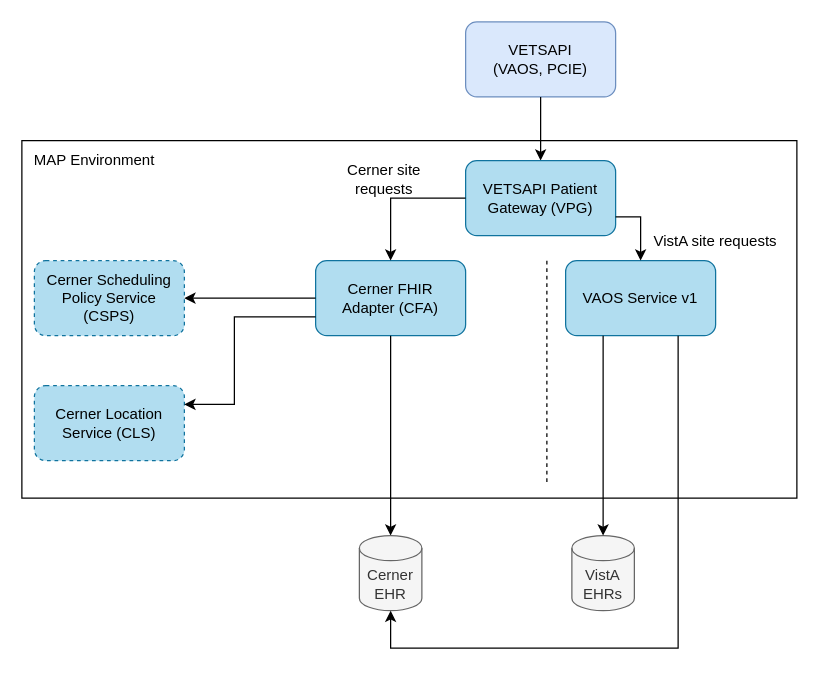
Before: page "Phase 1" (1 of 2) of products/health-care/appointments/appointments-oracle-health-integration/engineering/diagrams/Appts Oracle Health Integration Design.drawio in department-of-veterans-affairs/va.gov-team, a draw.io diagram. Source tidied: cells renumbered, new cells numbered last; positions are measured from the earlier drawing's top-left corner, leaving out a move shared by most shapes. Both pictures are drawn from the tidied source at 125%, with x=0, y=0 at pixel (21, 21).
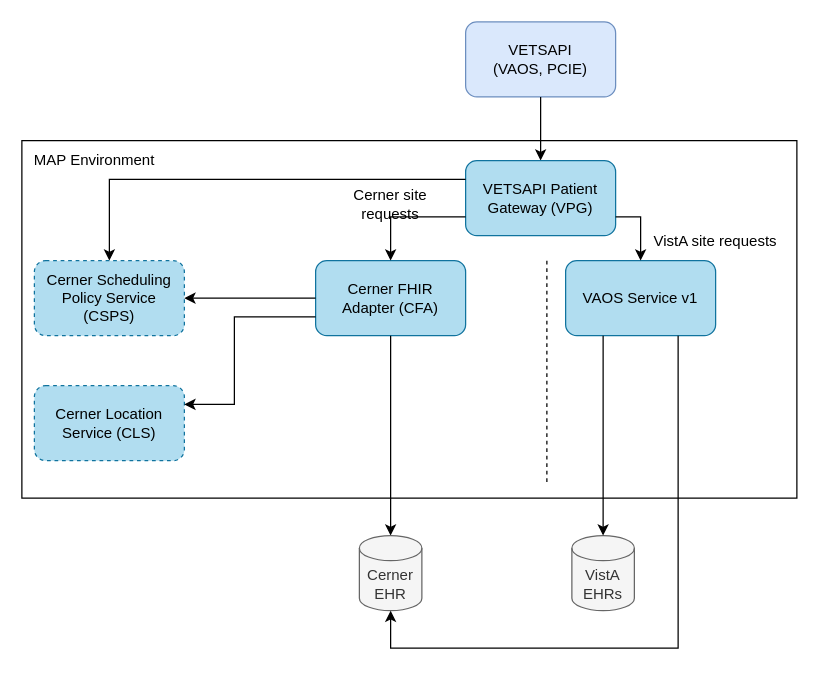
Above is the later version.

Unchanged cells that the change refers to:
```xml
<mxCell id="3" value="Cerner FHIR&lt;br&gt;Adapter (CFA)" style="rounded=1;whiteSpace=wrap;html=1;fillColor=#b1ddf0;strokeColor=#10739e;" parent="1" vertex="1">
  <mxGeometry x="235" y="191" width="120" height="60" as="geometry" />
</mxCell>
<mxCell id="8" value="Cerner Scheduling Policy Service (CSPS)" style="rounded=1;whiteSpace=wrap;html=1;fillColor=#b1ddf0;strokeColor=#10739e;dashed=1;" parent="1" vertex="1">
  <mxGeometry x="10" y="191" width="120" height="60" as="geometry" />
</mxCell>
<mxCell id="13" value="VETSAPI Patient Gateway (VPG)" style="rounded=1;whiteSpace=wrap;html=1;fillColor=#b1ddf0;strokeColor=#10739e;" parent="1" vertex="1">
  <mxGeometry x="355" y="111" width="120" height="60" as="geometry" />
</mxCell>
```

What changed in the source:
```diff
@@
-    <mxCell id="14" style="endArrow=classic;html=1;rounded=0;exitX=0;exitY=0.5;exitDx=0;exitDy=0;entryX=0.5;entryY=0;entryDx=0;entryDy=0;" parent="1" edge="1" source="13" target="3">
+    <mxCell id="14" style="endArrow=classic;html=1;rounded=0;exitX=0;exitY=0.75;exitDx=0;exitDy=0;entryX=0.5;entryY=0;entryDx=0;entryDy=0;" parent="1" edge="1" source="13" target="3">
       <mxGeometry relative="1" as="geometry">
         <Array as="points">
-          <mxPoint x="295" y="141" />
+          <mxPoint x="295" y="156" />
         </Array>
       </mxGeometry>
     </mxCell>
@@
     <mxCell id="19" value="Cerner site requests" style="text;html=1;strokeColor=none;fillColor=none;align=center;verticalAlign=middle;whiteSpace=wrap;rounded=0;" parent="1" vertex="1">
-      <mxGeometry x="235" y="111" width="110" height="30" as="geometry" />
+      <mxGeometry x="240" y="131" width="110" height="30" as="geometry" />
     </mxCell>
@@
+    <mxCell id="22" style="endArrow=classic;html=1;rounded=0;exitX=0;exitY=0.25;exitDx=0;exitDy=0;entryX=0.5;entryY=0;entryDx=0;entryDy=0;" parent="1" edge="1" source="13" target="8">
+      <mxGeometry relative="1" as="geometry">
+        <Array as="points">
+          <mxPoint x="70" y="126" />
+        </Array>
+      </mxGeometry>
+    </mxCell>
```
